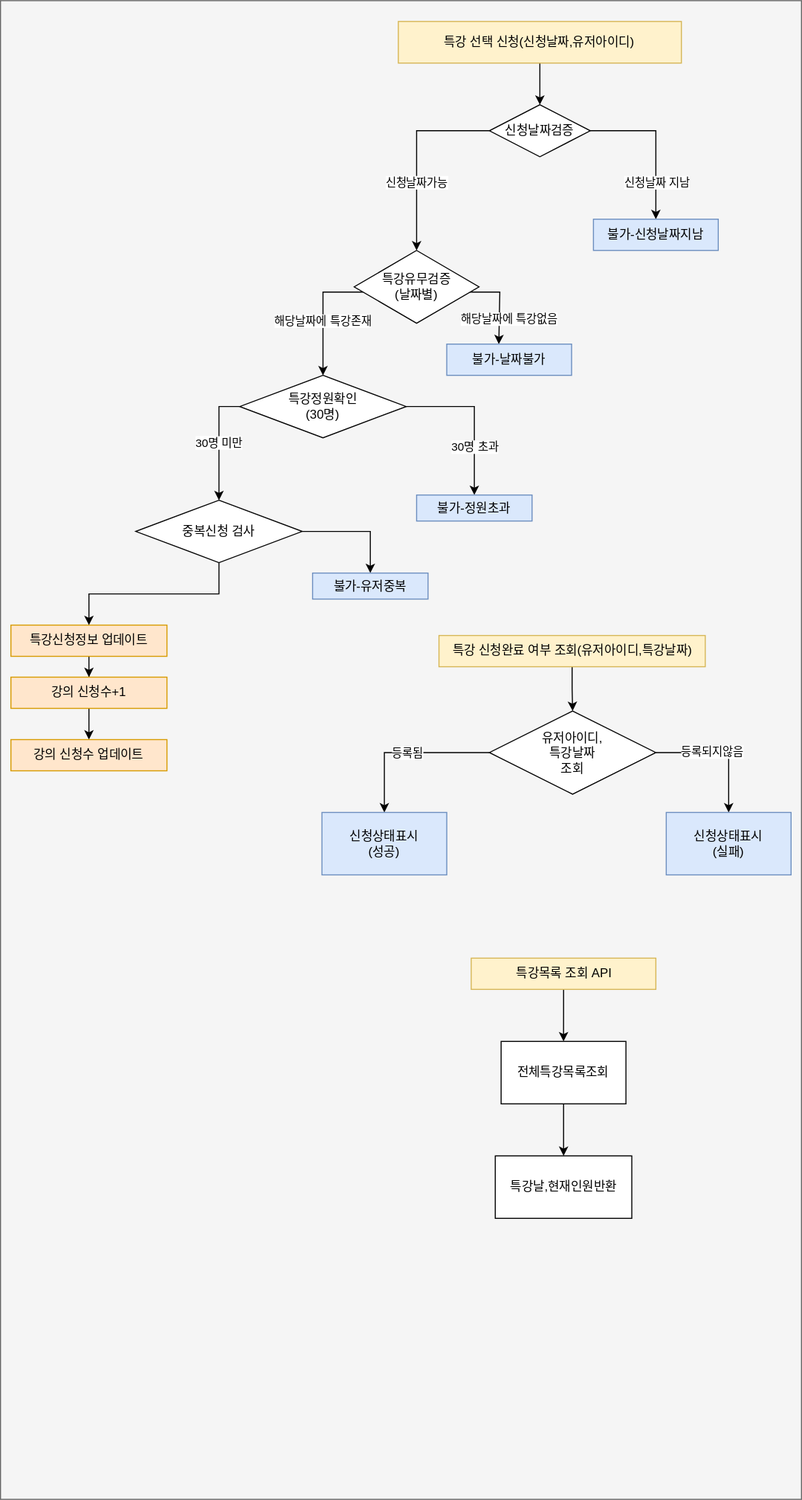
The draw.io diagram src/main/java/com/tdd/speciallectureapply/document/diagram/2.service-flow.svg in kabalport/special-lecture-apply, before a commit. Source tidied: cells renumbered, new cells last; positions are measured from the earlier drawing's top-left corner, leaving out a move shared by most shapes.
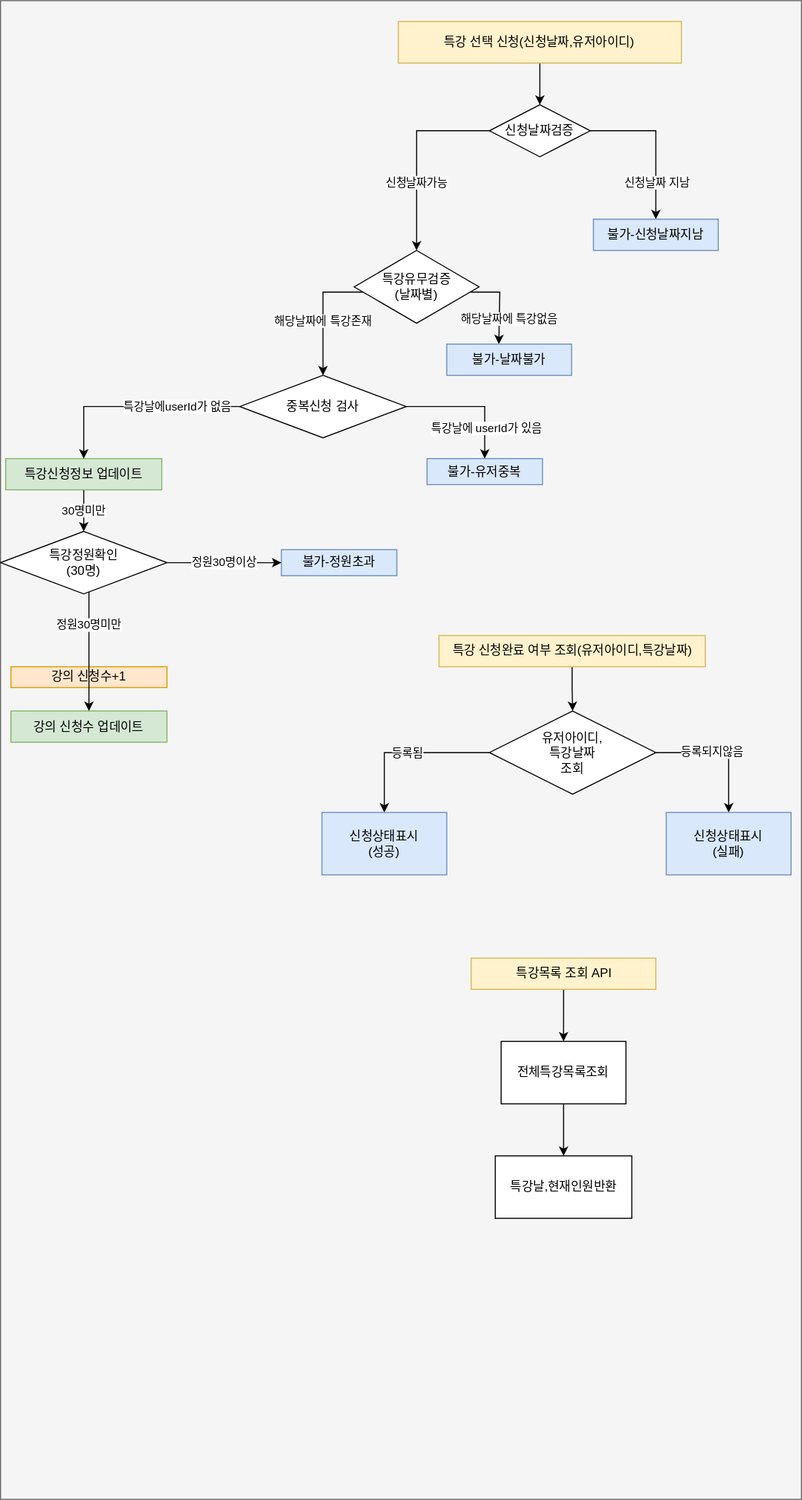
The same diagram one commit later.

Diff of the diagram source:
```diff
@@ -25,8 +25,9 @@
     <mxCell id="8" value="신청날짜검증" style="rhombus;whiteSpace=wrap;html=1;rounded=0;" parent="1" vertex="1">
       <mxGeometry x="470" y="100" width="97" height="50" as="geometry" />
     </mxCell>
-    <mxCell id="9" value="해당날짜에 특강존재" style="edgeStyle=orthogonalEdgeStyle;rounded=0;jettySize=auto;html=1;entryX=0.5;entryY=0;entryDx=0;entryDy=0;" parent="1" edge="1" source="11" target="16">
+    <mxCell id="9" value="해당날짜에 특강존재" style="edgeStyle=orthogonalEdgeStyle;rounded=0;jettySize=auto;html=1;entryX=0.5;entryY=0;entryDx=0;entryDy=0;" parent="1" edge="1" source="11">
       <mxGeometry x="0.14" relative="1" as="geometry">
+        <mxPoint x="310" y="360" as="targetPoint" />
         <Array as="points">
           <mxPoint x="310" y="280" />
         </Array>
@@ -47,27 +48,11 @@
     <mxCell id="12" value="불가-신청날짜지남" style="whiteSpace=wrap;html=1;rounded=0;fillColor=#dae8fc;strokeColor=#6c8ebf;" parent="1" vertex="1">
       <mxGeometry x="570" y="210" width="120" height="30" as="geometry" />
     </mxCell>
-    <mxCell id="13" value="30명 미만" style="edgeStyle=orthogonalEdgeStyle;rounded=0;jettySize=auto;html=1;entryX=0.5;entryY=0.167;entryDx=0;entryDy=0;exitX=0;exitY=0.5;exitDx=0;exitDy=0;entryPerimeter=0;" parent="1" edge="1" source="16">
-      <mxGeometry relative="1" as="geometry">
-        <mxPoint x="210" y="480" as="targetPoint" />
-      </mxGeometry>
-    </mxCell>
-    <mxCell id="14" style="edgeStyle=orthogonalEdgeStyle;rounded=0;jettySize=auto;html=1;" parent="1" edge="1" source="16" target="18">
-      <mxGeometry relative="1" as="geometry" />
-    </mxCell>
-    <mxCell id="15" value="30명 초과" style="edgeLabel;html=1;align=center;verticalAlign=middle;" parent="14" vertex="1">
-      <mxGeometry x="0.23" y="-1" relative="1" as="geometry">
-        <mxPoint x="1" y="11" as="offset" />
-      </mxGeometry>
-    </mxCell>
-    <mxCell id="16" value="특강정원확인&lt;br&gt;(30명)" style="rhombus;whiteSpace=wrap;html=1;rounded=0;" parent="1" vertex="1">
-      <mxGeometry x="230" y="360" width="160" height="60" as="geometry" />
-    </mxCell>
     <mxCell id="17" value="불가-날짜불가" style="rounded=0;whiteSpace=wrap;html=1;fillColor=#dae8fc;strokeColor=#6c8ebf;" parent="1" vertex="1">
       <mxGeometry x="429" y="330" width="120" height="30" as="geometry" />
     </mxCell>
     <mxCell id="18" value="불가-정원초과" style="whiteSpace=wrap;html=1;rounded=0;fillColor=#dae8fc;strokeColor=#6c8ebf;" parent="1" vertex="1">
-      <mxGeometry x="400" y="475" width="111" height="25" as="geometry" />
+      <mxGeometry x="270" y="527.5" width="111" height="25" as="geometry" />
     </mxCell>
     <mxCell id="19" style="edgeStyle=orthogonalEdgeStyle;rounded=0;jettySize=auto;html=1;" parent="1" edge="1" source="20" target="24">
       <mxGeometry relative="1" as="geometry" />
@@ -96,32 +81,34 @@
     <mxCell id="27" style="edgeStyle=orthogonalEdgeStyle;rounded=0;orthogonalLoop=1;jettySize=auto;html=1;exitX=0.5;exitY=1;exitDx=0;exitDy=0;" parent="1" edge="1" source="18" target="18">
       <mxGeometry relative="1" as="geometry" />
     </mxCell>
-    <mxCell id="28" style="edgeStyle=orthogonalEdgeStyle;rounded=0;jettySize=auto;html=1;entryX=0.5;entryY=0;entryDx=0;entryDy=0;" parent="1" edge="1" source="29" target="35">
-      <mxGeometry relative="1" as="geometry" />
-    </mxCell>
+    <mxCell id="42" value="30명미만" style="edgeStyle=orthogonalEdgeStyle;rounded=0;jettySize=auto;html=1;" parent="1" edge="1" source="29" target="16">
+      <mxGeometry relative="1" as="geometry" />
+    </mxCell>
-    <mxCell id="29" value="특강신청정보 업데이트" style="rounded=0;whiteSpace=wrap;html=1;fillColor=#ffe6cc;strokeColor=#d79b00;" parent="1" vertex="1">
-      <mxGeometry x="10" y="600" width="150" height="30" as="geometry" />
+    <mxCell id="29" value="특강신청정보 업데이트" style="rounded=0;whiteSpace=wrap;html=1;fillColor=#d5e8d4;strokeColor=#82b366;" parent="1" vertex="1">
+      <mxGeometry x="5" y="440" width="150" height="30" as="geometry" />
     </mxCell>
+    <mxCell id="31" style="edgeStyle=orthogonalEdgeStyle;rounded=0;jettySize=auto;html=1;" parent="1" edge="1" source="32" target="33">
+      <mxGeometry relative="1" as="geometry" />
+    </mxCell>
+    <mxCell id="43" value="특강날에 userId가 있음" style="edgeLabel;html=1;align=center;verticalAlign=middle;" parent="31" vertex="1">
+      <mxGeometry x="-0.01" y="3" relative="1" as="geometry">
+        <mxPoint x="14" y="23" as="offset" />
+      </mxGeometry>
+    </mxCell>
-    <mxCell id="30" style="edgeStyle=orthogonalEdgeStyle;rounded=0;jettySize=auto;html=1;entryX=0.5;entryY=0;entryDx=0;entryDy=0;" parent="1" edge="1" source="32" target="29">
-      <mxGeometry relative="1" as="geometry" />
+    <mxCell id="30" value="특강날에userId가 없음" style="edgeStyle=orthogonalEdgeStyle;rounded=0;jettySize=auto;html=1;" parent="1" edge="1" source="32" target="29">
+      <mxGeometry x="-0.4" relative="1" as="geometry" />
     </mxCell>
-    <mxCell id="31" style="edgeStyle=orthogonalEdgeStyle;rounded=0;jettySize=auto;html=1;entryX=0.5;entryY=0;entryDx=0;entryDy=0;" parent="1" edge="1" source="32" target="33">
-      <mxGeometry relative="1" as="geometry" />
-    </mxCell>
     <mxCell id="32" value="중복신청 검사" style="rhombus;whiteSpace=wrap;html=1;rounded=0;" parent="1" vertex="1">
-      <mxGeometry x="130" y="480" width="160" height="60" as="geometry" />
+      <mxGeometry x="230" y="360" width="160" height="60" as="geometry" />
     </mxCell>
     <mxCell id="33" value="불가-유저중복" style="whiteSpace=wrap;html=1;rounded=0;fillColor=#dae8fc;strokeColor=#6c8ebf;" parent="1" vertex="1">
-      <mxGeometry x="300" y="550" width="111" height="25" as="geometry" />
+      <mxGeometry x="410" y="440" width="111" height="25" as="geometry" />
     </mxCell>
-    <mxCell id="34" style="edgeStyle=orthogonalEdgeStyle;rounded=0;jettySize=auto;html=1;entryX=0.5;entryY=0;entryDx=0;entryDy=0;" parent="1" edge="1" source="35" target="36">
-      <mxGeometry relative="1" as="geometry" />
-    </mxCell>
     <mxCell id="35" value="강의 신청수+1" style="rounded=0;whiteSpace=wrap;html=1;fillColor=#ffe6cc;strokeColor=#d79b00;" parent="1" vertex="1">
-      <mxGeometry x="10" y="650" width="150" height="30" as="geometry" />
+      <mxGeometry x="10" y="640" width="150" height="20" as="geometry" />
     </mxCell>
-    <mxCell id="36" value="강의 신청수 업데이트" style="rounded=0;whiteSpace=wrap;html=1;fillColor=#ffe6cc;strokeColor=#d79b00;" parent="1" vertex="1">
-      <mxGeometry x="10" y="710" width="150" height="30" as="geometry" />
+    <mxCell id="36" value="강의 신청수 업데이트" style="rounded=0;whiteSpace=wrap;html=1;fillColor=#d5e8d4;strokeColor=#82b366;" parent="1" vertex="1">
+      <mxGeometry x="10" y="682.5" width="150" height="30" as="geometry" />
     </mxCell>
     <mxCell id="37" style="edgeStyle=orthogonalEdgeStyle;rounded=0;jettySize=auto;html=1;entryX=0.5;entryY=0;entryDx=0;entryDy=0;" parent="1" edge="1" source="38" target="40">
       <mxGeometry relative="1" as="geometry" />
@@ -138,5 +125,19 @@
     <mxCell id="41" value="특강날,현재인원반환" style="rounded=0;whiteSpace=wrap;html=1;" parent="1" vertex="1">
       <mxGeometry x="475.6" y="1110" width="131.2" height="60" as="geometry" />
     </mxCell>
+    <mxCell id="44" value="정원30명미만" style="edgeStyle=orthogonalEdgeStyle;rounded=0;jettySize=auto;html=1;entryX=0.5;entryY=0;entryDx=0;entryDy=0;" parent="1" edge="1" source="16" target="36">
+      <mxGeometry x="-0.44" relative="1" as="geometry">
+        <Array as="points">
+          <mxPoint x="85" y="670" />
+          <mxPoint x="85" y="670" />
+        </Array>
+      </mxGeometry>
+    </mxCell>
+    <mxCell id="14" value="정원30명이상" style="edgeStyle=orthogonalEdgeStyle;rounded=0;jettySize=auto;html=1;entryX=0;entryY=0.5;entryDx=0;entryDy=0;" parent="1" edge="1" source="16" target="18">
+      <mxGeometry relative="1" as="geometry" />
+    </mxCell>
+    <mxCell id="16" value="특강정원확인&lt;br&gt;(30명)" style="rhombus;whiteSpace=wrap;html=1;rounded=0;" parent="1" vertex="1">
+      <mxGeometry y="510" width="160" height="60" as="geometry" />
+    </mxCell>
   </root>
 </mxGraphModel>
```
